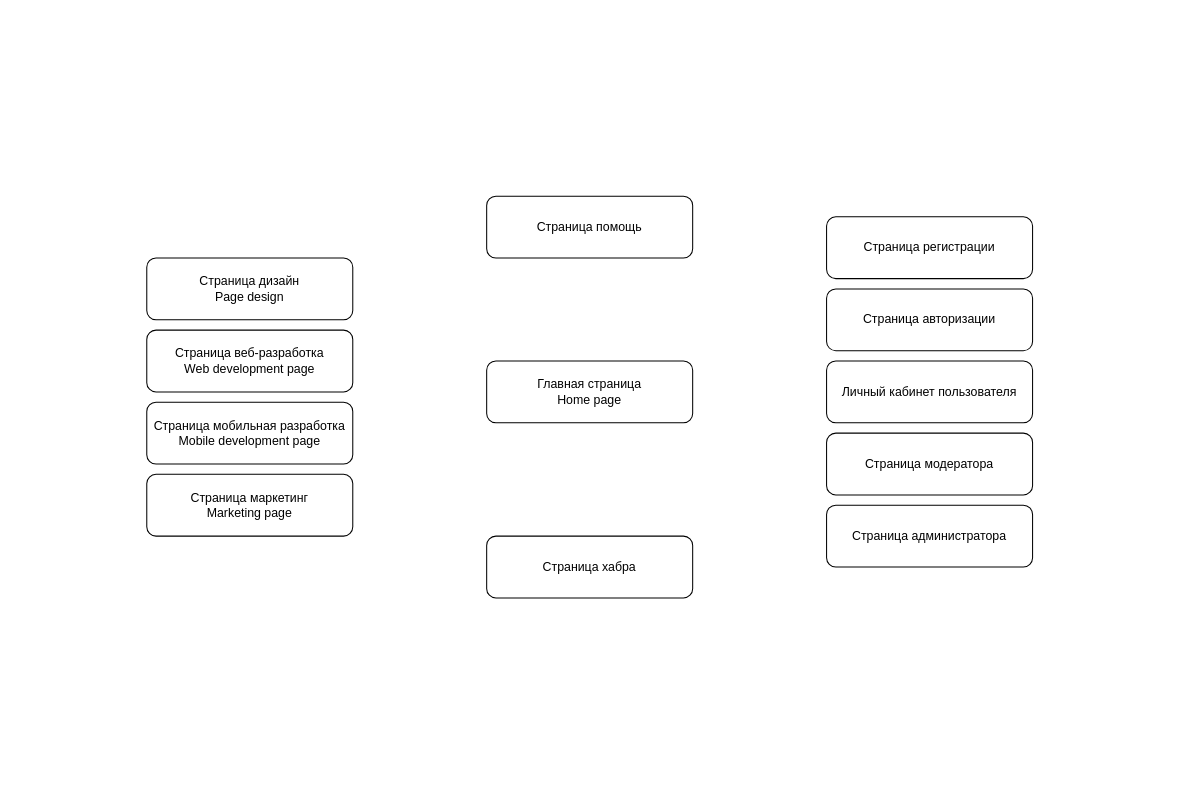
Before: site_diagram.drawio in eTcilopp/Agile_teamwork, a draw.io diagram. Source tidied: cells renumbered, new cells numbered last; positions are measured from the earlier drawing's top-left corner, leaving out a move shared by most shapes. Both pictures are drawn from the tidied source at 103%, with x=0, y=0 at pixel (146, 196).
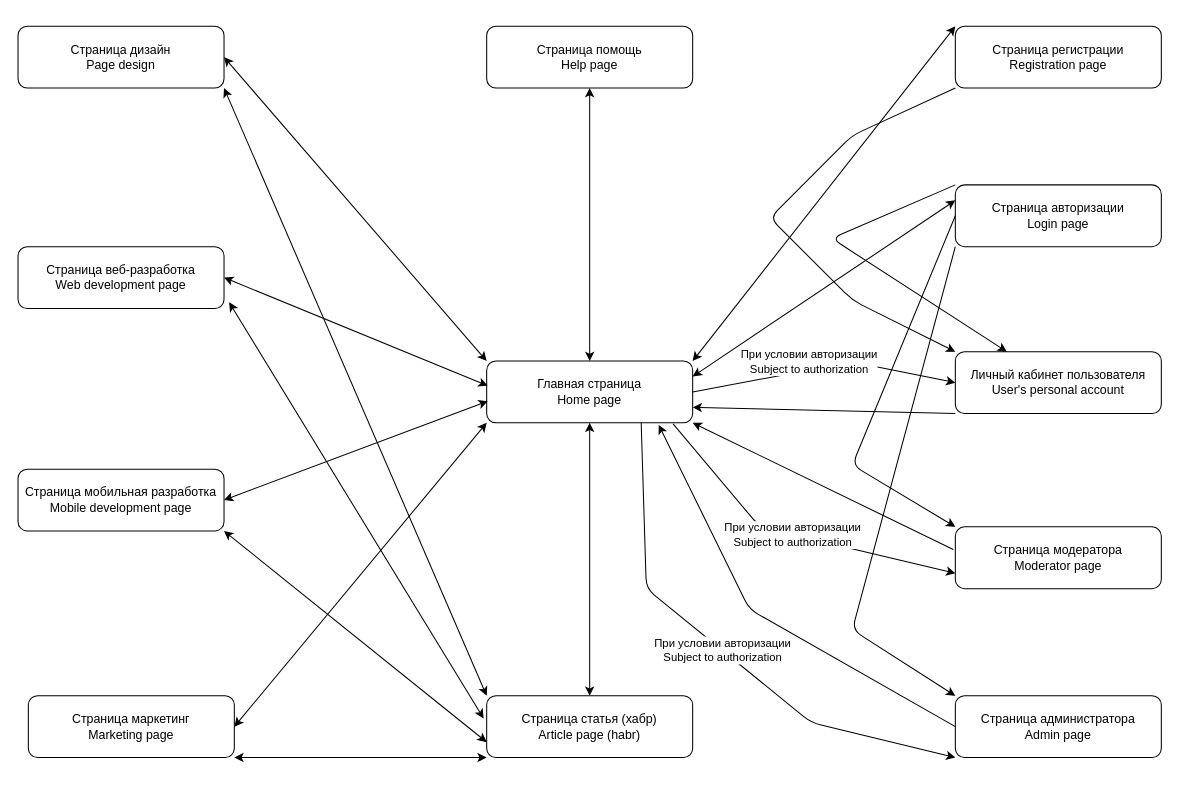
The same page after the edit.

The change refers to these unchanged cells:
```xml
<mxCell id="2" value="Главная страница&lt;br&gt;Home page" style="rounded=1;whiteSpace=wrap;html=1;" parent="1" vertex="1">
  <mxGeometry x="330" y="160" width="200" height="60" as="geometry" />
</mxCell>
```

What changed in the source:
```diff
@@
     <mxCell id="3" value="Страница маркетинг&lt;br&gt;Marketing page" style="rounded=1;whiteSpace=wrap;html=1;" parent="1" vertex="1">
-      <mxGeometry y="270" width="200" height="60" as="geometry" />
+      <mxGeometry x="-115" y="485" width="200" height="60" as="geometry" />
     </mxCell>
     <mxCell id="4" value="Страница веб-разработка&lt;br&gt;Web development page" style="rounded=1;whiteSpace=wrap;html=1;" parent="1" vertex="1">
-      <mxGeometry y="130" width="200" height="60" as="geometry" />
+      <mxGeometry x="-125" y="49" width="200" height="60" as="geometry" />
     </mxCell>
     <mxCell id="5" value="Страница мобильная разработка&lt;br&gt;Mobile development page" style="rounded=1;whiteSpace=wrap;html=1;" parent="1" vertex="1">
-      <mxGeometry y="200" width="200" height="60" as="geometry" />
+      <mxGeometry x="-125" y="265" width="200" height="60" as="geometry" />
     </mxCell>
     <mxCell id="6" value="Страница дизайн&lt;br&gt;Page design" style="rounded=1;whiteSpace=wrap;html=1;" parent="1" vertex="1">
-      <mxGeometry y="60" width="200" height="60" as="geometry" />
+      <mxGeometry x="-125" y="-165" width="200" height="60" as="geometry" />
     </mxCell>
-    <mxCell id="7" value="Личный кабинет пользователя" style="rounded=1;whiteSpace=wrap;html=1;" parent="1" vertex="1">
-      <mxGeometry x="660" y="160" width="200" height="60" as="geometry" />
+    <mxCell id="7" value="Личный кабинет пользователя&lt;br&gt;User's personal account" style="rounded=1;whiteSpace=wrap;html=1;" parent="1" vertex="1">
+      <mxGeometry x="785" y="151" width="200" height="60" as="geometry" />
     </mxCell>
-    <mxCell id="8" value="Страница регистрации" style="rounded=1;whiteSpace=wrap;html=1;" parent="1" vertex="1">
-      <mxGeometry x="660" y="20" width="200" height="60" as="geometry" />
+    <mxCell id="8" value="Страница регистрации&lt;br&gt;Registration page" style="rounded=1;whiteSpace=wrap;html=1;" parent="1" vertex="1">
+      <mxGeometry x="785" y="-165" width="200" height="60" as="geometry" />
     </mxCell>
-    <mxCell id="9" value="Страница авторизации" style="rounded=1;whiteSpace=wrap;html=1;" parent="1" vertex="1">
-      <mxGeometry x="660" y="90" width="200" height="60" as="geometry" />
+    <mxCell id="9" value="Страница авторизации&lt;br&gt;Login page" style="rounded=1;whiteSpace=wrap;html=1;" parent="1" vertex="1">
+      <mxGeometry x="785" y="-11" width="200" height="60" as="geometry" />
     </mxCell>
-    <mxCell id="10" value="Страница хабра" style="rounded=1;whiteSpace=wrap;html=1;" parent="1" vertex="1">
-      <mxGeometry x="330" y="330" width="200" height="60" as="geometry" />
+    <mxCell id="10" value="Страница статья (хабр)&lt;br&gt;Article page (habr)" style="rounded=1;whiteSpace=wrap;html=1;" parent="1" vertex="1">
+      <mxGeometry x="330" y="485" width="200" height="60" as="geometry" />
     </mxCell>
-    <mxCell id="11" value="Страница администратора" style="rounded=1;whiteSpace=wrap;html=1;" parent="1" vertex="1">
-      <mxGeometry x="660" y="300" width="200" height="60" as="geometry" />
+    <mxCell id="11" value="Страница администратора&lt;br&gt;Admin page" style="rounded=1;whiteSpace=wrap;html=1;" parent="1" vertex="1">
+      <mxGeometry x="785" y="485" width="200" height="60" as="geometry" />
     </mxCell>
-    <mxCell id="12" value="Страница модератора" style="rounded=1;whiteSpace=wrap;html=1;" parent="1" vertex="1">
-      <mxGeometry x="660" y="230" width="200" height="60" as="geometry" />
+    <mxCell id="12" value="Страница модератора&lt;br&gt;Moderator page" style="rounded=1;whiteSpace=wrap;html=1;" parent="1" vertex="1">
+      <mxGeometry x="785" y="321" width="200" height="60" as="geometry" />
     </mxCell>
-    <mxCell id="13" value="Страница помощь" style="rounded=1;whiteSpace=wrap;html=1;" parent="1" vertex="1">
-      <mxGeometry x="330" width="200" height="60" as="geometry" />
+    <mxCell id="13" value="Страница помощь&lt;br&gt;Help page" style="rounded=1;whiteSpace=wrap;html=1;" parent="1" vertex="1">
+      <mxGeometry x="330" y="-165" width="200" height="60" as="geometry" />
     </mxCell>
+    <mxCell id="14" style="endArrow=classic;startArrow=classic;html=1;entryX=1;entryY=0.5;entryDx=0;entryDy=0;exitX=0;exitY=0;exitDx=0;exitDy=0;" parent="1" edge="1" source="2" target="6">
+      <mxGeometry relative="1" as="geometry" />
+    </mxCell>
+    <mxCell id="15" style="endArrow=classic;startArrow=classic;html=1;exitX=1;exitY=0.5;exitDx=0;exitDy=0;entryX=0.005;entryY=0.4;entryDx=0;entryDy=0;entryPerimeter=0;" parent="1" edge="1" source="4" target="2">
+      <mxGeometry relative="1" as="geometry" />
+    </mxCell>
+    <mxCell id="16" style="endArrow=classic;startArrow=classic;html=1;exitX=1;exitY=0.5;exitDx=0;exitDy=0;entryX=0.005;entryY=0.65;entryDx=0;entryDy=0;entryPerimeter=0;" parent="1" edge="1" source="5" target="2">
+      <mxGeometry relative="1" as="geometry" />
+    </mxCell>
+    <mxCell id="17" style="endArrow=classic;startArrow=classic;html=1;exitX=1;exitY=0.5;exitDx=0;exitDy=0;entryX=0;entryY=1;entryDx=0;entryDy=0;" parent="1" edge="1" source="3" target="2">
+      <mxGeometry relative="1" as="geometry" />
+    </mxCell>
+    <mxCell id="18" style="endArrow=classic;startArrow=classic;html=1;exitX=0.5;exitY=0;exitDx=0;exitDy=0;entryX=0.5;entryY=1;entryDx=0;entryDy=0;" parent="1" edge="1" source="10" target="2">
+      <mxGeometry relative="1" as="geometry" />
+    </mxCell>
+    <mxCell id="19" style="endArrow=classic;startArrow=classic;html=1;exitX=1;exitY=1;exitDx=0;exitDy=0;entryX=0;entryY=1;entryDx=0;entryDy=0;" parent="1" edge="1" source="3" target="10">
+      <mxGeometry relative="1" as="geometry" />
+    </mxCell>
+    <mxCell id="20" style="endArrow=classic;startArrow=classic;html=1;exitX=1;exitY=1;exitDx=0;exitDy=0;entryX=0;entryY=0.75;entryDx=0;entryDy=0;" parent="1" edge="1" source="5" target="10">
+      <mxGeometry relative="1" as="geometry" />
+    </mxCell>
+    <mxCell id="21" style="endArrow=classic;startArrow=classic;html=1;exitX=1.025;exitY=0.9;exitDx=0;exitDy=0;exitPerimeter=0;entryX=-0.015;entryY=0.367;entryDx=0;entryDy=0;entryPerimeter=0;" parent="1" edge="1" source="4" target="10">
+      <mxGeometry relative="1" as="geometry" />
+    </mxCell>
+    <mxCell id="22" style="endArrow=classic;startArrow=classic;html=1;exitX=1;exitY=1;exitDx=0;exitDy=0;entryX=0;entryY=0;entryDx=0;entryDy=0;" parent="1" edge="1" source="6" target="10">
+      <mxGeometry relative="1" as="geometry" />
+    </mxCell>
+    <mxCell id="23" style="endArrow=classic;html=1;exitX=0;exitY=1;exitDx=0;exitDy=0;entryX=0;entryY=0;entryDx=0;entryDy=0;" parent="1" edge="1" source="8" target="7">
+      <mxGeometry relative="1" as="geometry">
+        <Array as="points">
+          <mxPoint x="685" y="-59" />
+          <mxPoint x="605" y="21" />
+          <mxPoint x="685" y="101" />
+        </Array>
+      </mxGeometry>
+    </mxCell>
+    <mxCell id="24" style="endArrow=classic;html=1;exitX=0;exitY=0;exitDx=0;exitDy=0;entryX=0.25;entryY=0;entryDx=0;entryDy=0;" parent="1" edge="1" source="9" target="7">
+      <mxGeometry relative="1" as="geometry">
+        <Array as="points">
+          <mxPoint x="665" y="41" />
+        </Array>
+      </mxGeometry>
+    </mxCell>
+    <mxCell id="25" style="endArrow=classic;html=1;exitX=0;exitY=0.5;exitDx=0;exitDy=0;entryX=0;entryY=0;entryDx=0;entryDy=0;" parent="1" edge="1" source="9" target="12">
+      <mxGeometry relative="1" as="geometry">
+        <Array as="points">
+          <mxPoint x="685" y="261" />
+        </Array>
+      </mxGeometry>
+    </mxCell>
+    <mxCell id="26" style="endArrow=classic;html=1;exitX=0;exitY=1;exitDx=0;exitDy=0;entryX=0;entryY=0;entryDx=0;entryDy=0;" parent="1" edge="1" source="9" target="11">
+      <mxGeometry relative="1" as="geometry">
+        <Array as="points">
+          <mxPoint x="685" y="421" />
+        </Array>
+      </mxGeometry>
+    </mxCell>
+    <mxCell id="27" style="endArrow=classic;startArrow=classic;html=1;exitX=0.5;exitY=0;exitDx=0;exitDy=0;entryX=0.5;entryY=1;entryDx=0;entryDy=0;" parent="1" edge="1" source="2" target="13">
+      <mxGeometry relative="1" as="geometry" />
+    </mxCell>
+    <mxCell id="28" style="endArrow=classic;startArrow=classic;html=1;exitX=1;exitY=0;exitDx=0;exitDy=0;entryX=0;entryY=0;entryDx=0;entryDy=0;" parent="1" edge="1" source="2" target="8">
+      <mxGeometry relative="1" as="geometry" />
+    </mxCell>
+    <mxCell id="29" style="endArrow=classic;startArrow=classic;html=1;exitX=1;exitY=0.25;exitDx=0;exitDy=0;entryX=0;entryY=0.25;entryDx=0;entryDy=0;" parent="1" edge="1" source="2" target="9">
+      <mxGeometry relative="1" as="geometry" />
+    </mxCell>
+    <mxCell id="30" style="endArrow=classic;html=1;exitX=1;exitY=0.5;exitDx=0;exitDy=0;entryX=0;entryY=0.5;entryDx=0;entryDy=0;" parent="1" edge="1" source="2" target="7">
+      <mxGeometry relative="1" as="geometry">
+        <Array as="points">
+          <mxPoint x="685" y="161" />
+        </Array>
+      </mxGeometry>
+    </mxCell>
+    <mxCell id="31" value="При условии авторизации&lt;br&gt;Subject to authorization" style="edgeLabel;html=1;align=center;verticalAlign=middle;" parent="30" vertex="1">
+      <mxGeometry relative="1" as="geometry">
+        <mxPoint x="-14.8" y="-5.7" as="offset" />
+      </mxGeometry>
+    </mxCell>
+    <mxCell id="32" style="endArrow=classic;html=1;exitX=0.905;exitY=1.017;exitDx=0;exitDy=0;entryX=0;entryY=0.75;entryDx=0;entryDy=0;exitPerimeter=0;" parent="1" edge="1" source="2" target="12">
+      <mxGeometry relative="1" as="geometry">
+        <Array as="points">
+          <mxPoint x="595" y="321" />
+        </Array>
+      </mxGeometry>
+    </mxCell>
+    <mxCell id="33" value="При условии авторизации&lt;br&gt;Subject to authorization" style="edgeLabel;html=1;align=center;verticalAlign=middle;" parent="32" vertex="1">
+      <mxGeometry relative="1" as="geometry" />
+    </mxCell>
+    <mxCell id="34" style="endArrow=classic;html=1;exitX=0.75;exitY=1;exitDx=0;exitDy=0;entryX=0;entryY=1;entryDx=0;entryDy=0;" parent="1" edge="1" source="2" target="11">
+      <mxGeometry relative="1" as="geometry">
+        <Array as="points">
+          <mxPoint x="485" y="381" />
+          <mxPoint x="645" y="511" />
+        </Array>
+      </mxGeometry>
+    </mxCell>
+    <mxCell id="35" value="При условии авторизации&lt;br&gt;Subject to authorization" style="edgeLabel;html=1;align=center;verticalAlign=middle;" parent="34" vertex="1">
+      <mxGeometry relative="1" as="geometry" />
+    </mxCell>
+    <mxCell id="36" style="endArrow=classic;html=1;exitX=0;exitY=1;exitDx=0;exitDy=0;entryX=1;entryY=0.75;entryDx=0;entryDy=0;" parent="1" edge="1" source="7" target="2">
+      <mxGeometry relative="1" as="geometry" />
+    </mxCell>
+    <mxCell id="37" style="endArrow=classic;html=1;exitX=-0.01;exitY=0.367;exitDx=0;exitDy=0;exitPerimeter=0;entryX=1;entryY=1;entryDx=0;entryDy=0;" parent="1" edge="1" source="12" target="2">
+      <mxGeometry relative="1" as="geometry" />
+    </mxCell>
+    <mxCell id="38" style="endArrow=classic;html=1;exitX=0;exitY=0.5;exitDx=0;exitDy=0;entryX=0.835;entryY=1.033;entryDx=0;entryDy=0;entryPerimeter=0;" parent="1" edge="1" source="11" target="2">
+      <mxGeometry relative="1" as="geometry">
+        <Array as="points">
+          <mxPoint x="585" y="401" />
+        </Array>
+      </mxGeometry>
+    </mxCell>
```
